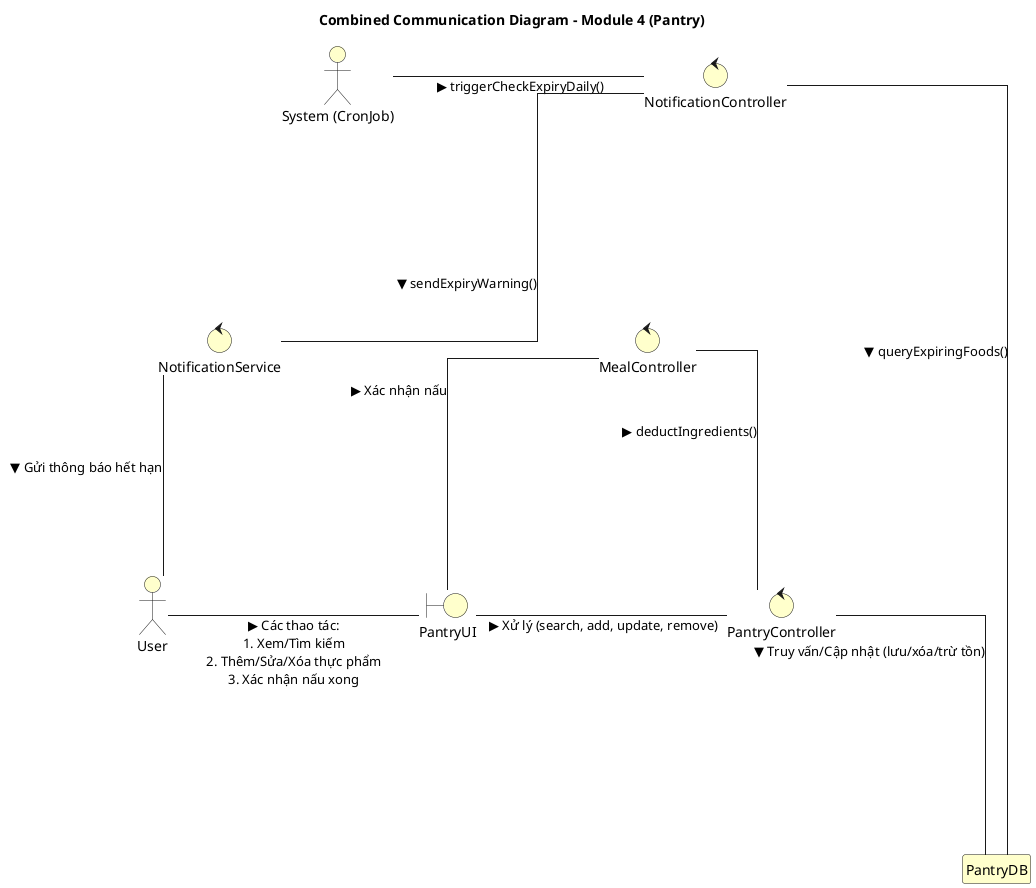
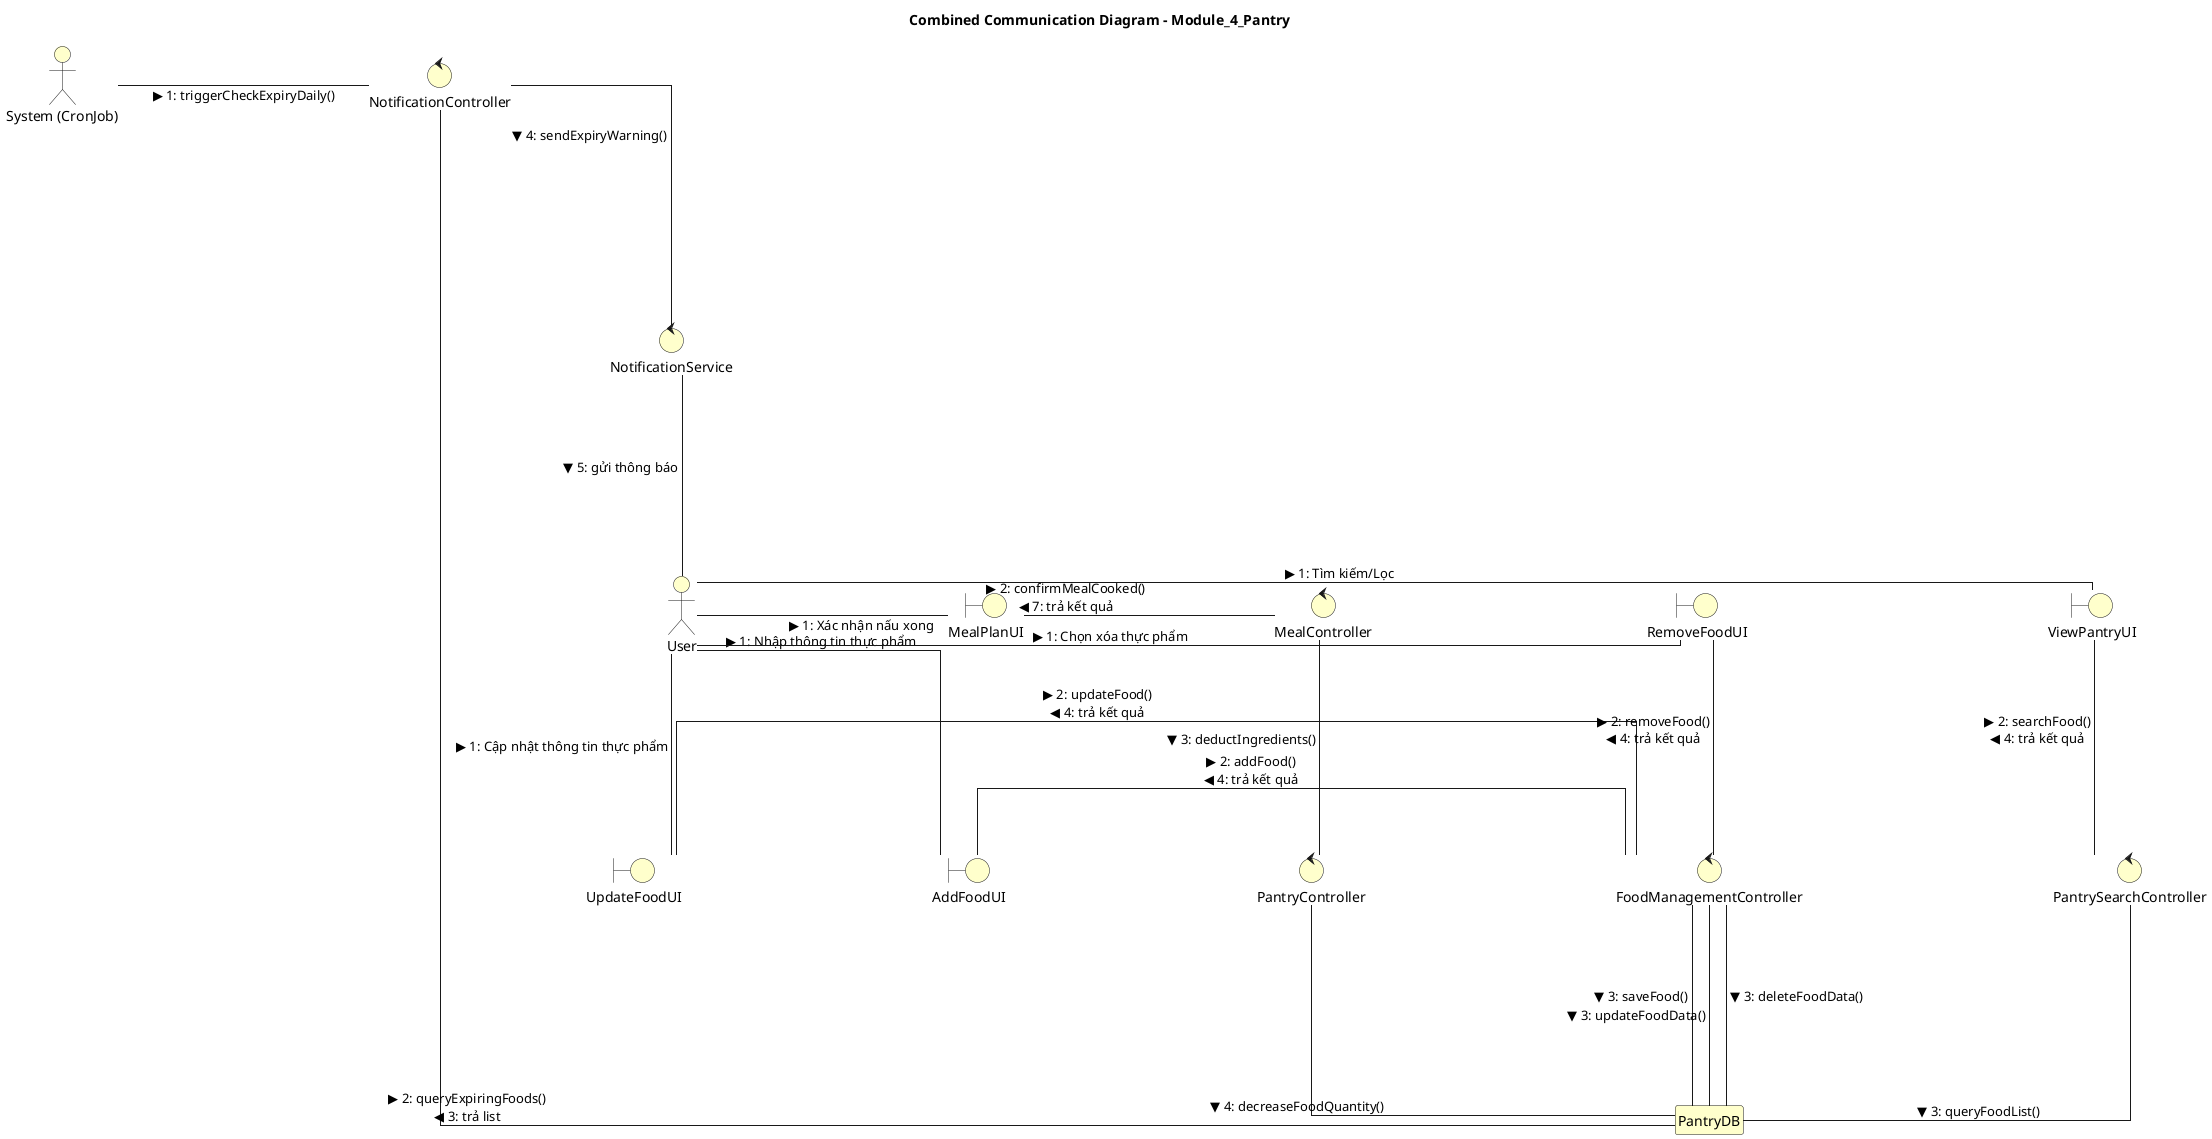
@startuml
- title Combined Communication Diagram - Module 4 (Pantry)
+ title Combined Communication Diagram - Module_4_Pantry

' Cấu hình nét thẳng và tắt đổ bóng
skinparam linetype ortho
skinparam shadowing false

' Tăng khoảng cách mặc định lên cao để tạo không gian rộng rãi
skinparam nodesep 250
skinparam ranksep 200
skinparam defaultTextAlignment center

' Xóa bỏ vòng tròn phân loại (E) và làm sạch bên trong khối
hide circle
hide empty members

' Cấu hình đồng bộ màu vàng
skinparam {
    ActorBackgroundColor #FFFFCC
    BoundaryBackgroundColor #FFFFCC
    ControlBackgroundColor #FFFFCC
    EntityBackgroundColor #FFFFCC
    ClassBackgroundColor #FFFFCC
}

allow_mixing
- actor "User" as Actor
- boundary "PantryUI" as UI
- control "PantryController" as Controller
- entity "PantryDB" as Entity
- control "MealController" as MealController
- control "NotificationController" as NotifController
- control "NotificationService" as NotifService
- actor "System (CronJob)" as Cron

- Actor -right--- UI : " ▶ Các thao tác: \n1. Xem/Tìm kiếm\n2. Thêm/Sửa/Xóa thực phẩm\n3. Xác nhận nấu xong"
- UI -right---- Controller : " ▶ Xử lý (search, add, update, remove)"
- UI -up- MealController : " ▶ Xác nhận nấu"
- MealController -right- Controller : " ▶ deductIngredients()"
- Controller -down- Entity : " ▼ Truy vấn/Cập nhật (lưu/xóa/trừ tồn)"
+ actor "User" as User_Alias
+ boundary "ViewPantryUI" as ViewPantryUI_Alias
+ control "PantrySearchController" as PantrySearchController_Alias
+ entity "PantryDB" as PantryDB_Alias
+ boundary "AddFoodUI" as AddFoodUI_Alias
+ control "FoodManagementController" as FoodManagementController_Alias
+ boundary "UpdateFoodUI" as UpdateFoodUI_Alias
+ boundary "RemoveFoodUI" as RemoveFoodUI_Alias
+ boundary "MealPlanUI" as MealPlanUI_Alias
+ control "MealController" as MealController_Alias
+ control "PantryController" as PantryController_Alias
+ actor "System (CronJob)" as SystemCronJob_Alias
+ control "NotificationController" as NotificationController_Alias
+ control "NotificationService" as NotificationService_Alias

- Cron -right- NotifController : " ▶ triggerCheckExpiryDaily()"
- NotifController -down- Entity : " ▼ queryExpiringFoods()"
- NotifController -down- NotifService : " ▼ sendExpiryWarning()"
- NotifService -down- Actor : " ▼ Gửi thông báo hết hạn"
+ User_Alias -right--- ViewPantryUI_Alias  : " ▶ 1: Tìm kiếm/Lọc "
+ ViewPantryUI_Alias -right---- PantrySearchController_Alias  : " ▶ 2: searchFood() \n ◀ 4: trả kết quả "
+ PantrySearchController_Alias -down- PantryDB_Alias  : " ▼ 3: queryFoodList() "
+ User_Alias -right--- AddFoodUI_Alias  : " ▶ 1: Nhập thông tin thực phẩm "
+ AddFoodUI_Alias -right---- FoodManagementController_Alias  : " ▶ 2: addFood() \n ◀ 4: trả kết quả "
+ FoodManagementController_Alias -down- PantryDB_Alias  : " ▼ 3: saveFood() "
+ User_Alias -right--- UpdateFoodUI_Alias  : " ▶ 1: Cập nhật thông tin thực phẩm "
+ UpdateFoodUI_Alias -right---- FoodManagementController_Alias  : " ▶ 2: updateFood() \n ◀ 4: trả kết quả "
+ FoodManagementController_Alias -down- PantryDB_Alias  : " ▼ 3: updateFoodData() "
+ User_Alias -right--- RemoveFoodUI_Alias  : " ▶ 1: Chọn xóa thực phẩm "
+ RemoveFoodUI_Alias -right---- FoodManagementController_Alias  : " ▶ 2: removeFood() \n ◀ 4: trả kết quả "
+ FoodManagementController_Alias -down- PantryDB_Alias  : " ▼ 3: deleteFoodData() "
+ User_Alias -right--- MealPlanUI_Alias  : " ▶ 1: Xác nhận nấu xong "
+ MealPlanUI_Alias -right---- MealController_Alias  : " ▶ 2: confirmMealCooked() \n ◀ 7: trả kết quả "
+ MealController_Alias -down- PantryController_Alias  : " ▼ 3: deductIngredients() "
+ PantryController_Alias -down- PantryDB_Alias  : " ▼ 4: decreaseFoodQuantity() "
+ SystemCronJob_Alias -right--- NotificationController_Alias  : " ▶ 1: triggerCheckExpiryDaily() "
+ NotificationController_Alias -right---- PantryDB_Alias  : " ▶ 2: queryExpiringFoods() \n ◀ 3: trả list "
+ NotificationController_Alias -down- NotificationService_Alias  : " ▼ 4: sendExpiryWarning() "
+ NotificationService_Alias -down- User_Alias  : " ▼ 5: gửi thông báo "

@enduml
